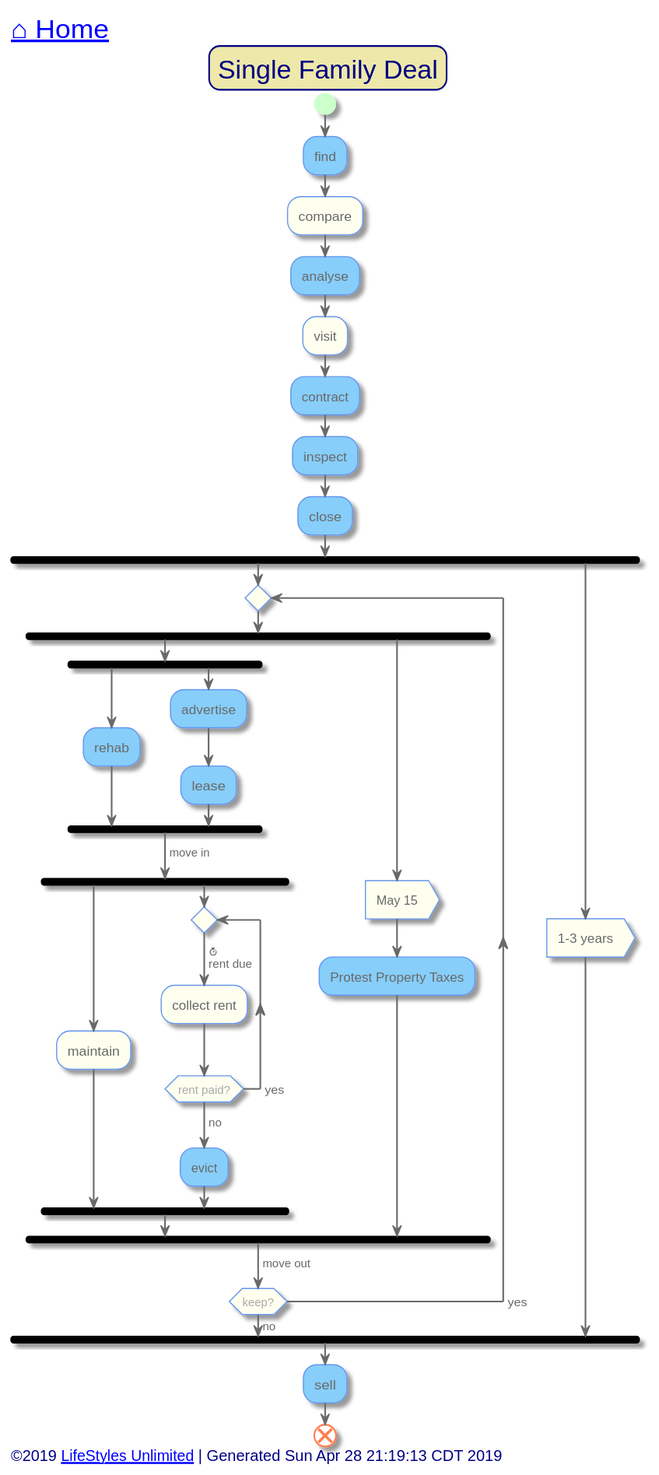
toddmo/lifestylesunlimited keeps this PlantUML diagram as out/src/single-family/single-family-deal.svg. Above is the earlier version. The source it was exported from:
```plantuml
@startuml single-family-deal


skinparam {
  BorderColor Red
  PathHoverColor Blue
}

skinparam Title {
  FontColor Navy
  BackgroundColor PaleGoldenRod
  BorderColor Navy
  BorderRoundCorner 20
  FontSize 24
}

skinparam activity {
  BackgroundColor Ivory
  BorderColor CornflowerBlue
  BorderThickness 1
  FontColor DimGray


  Arrow {
    Color dimgray
    FontColor dimgray
  }

  Start {
    Color PHYSICAL
  }

  End {
    Color Coral
  }

  Diamond {
    BackgroundColor Ivory
    BorderColor CornflowerBlue
    FontColor DarkGray
  }

  BackgroundColor<< Exception >> Red
	BorderColor<< Exception >> White
}

skinparam Swimlane {
  BorderColor CornflowerBlue
}

skinparam Partition {
  BackgroundColor Ivory
  BorderColor CornflowerBlue
  BorderThickness 1
  FontColor CornflowerBlue
  FontSize 16
  BorderRoundCorner 20
}

skinparam Note {
  BackgroundColor LightSteelBlue
  BorderColor CornflowerBlue
  FontColor White
}

skinparam Legend {
  BackgroundColor LightSteelBlue
  BorderColor CornflowerBlue
  FontColor White
}

skinparam Footer {
  FontColor Navy
}


left header
	<font color=Navy size=24>[[../index.svg?sanitize=true ⌂ Home]]</font>
endheader


	Title Single Family Deal

	start

	[[finding.svg?sanitize=true]]#LightSkyBlue:find;
	:compare;
	[[evaluating.svg?sanitize=true]]#LightSkyBlue:analyse;
	:visit;
	[[negotiating.svg?sanitize=true]]#LightSkyBlue:contract;
	[[due-diligence.svg?sanitize=true]]#LightSkyBlue:inspect;
	[[closing.svg?sanitize=true]]#LightSkyBlue:close;
	fork
		repeat
			fork
				fork
					[[rehabbing.svg?sanitize=true]]#LightSkyBlue:rehab;
				fork again
					[[advertising.svg?sanitize=true]]#LightSkyBlue:advertise;
					[[leasing.svg?sanitize=true]]#LightSkyBlue:lease;
				end fork
				-> move in;
				fork
					:maintain;
				fork again
					repeat
						-><&timer>\nrent due;
						:collect rent;
					repeat while(rent paid?)->yes
					->no;
					[[evicting.svg?sanitize=true]]#LightSkyBlue:evict;
				end fork
			fork again
				:May 15>
				[[protest-property-taxes.svg?sanitize=true]]#LightSkyBlue:Protest Property Taxes;
			end fork

				-> move out;
			repeat while(keep?)->yes
			->no;
	fork again
		:1-3 years>
	end fork
	[[selling.svg?sanitize=true]]#LightSkyBlue:sell;
	end


left footer
	<font size=14>©2019 [[http://www.lifestylesunlimited.com LifeStyles Unlimited]] | Generated Sun Apr 28 21:19:13 CDT 2019</font>
endfooter


@enduml
```
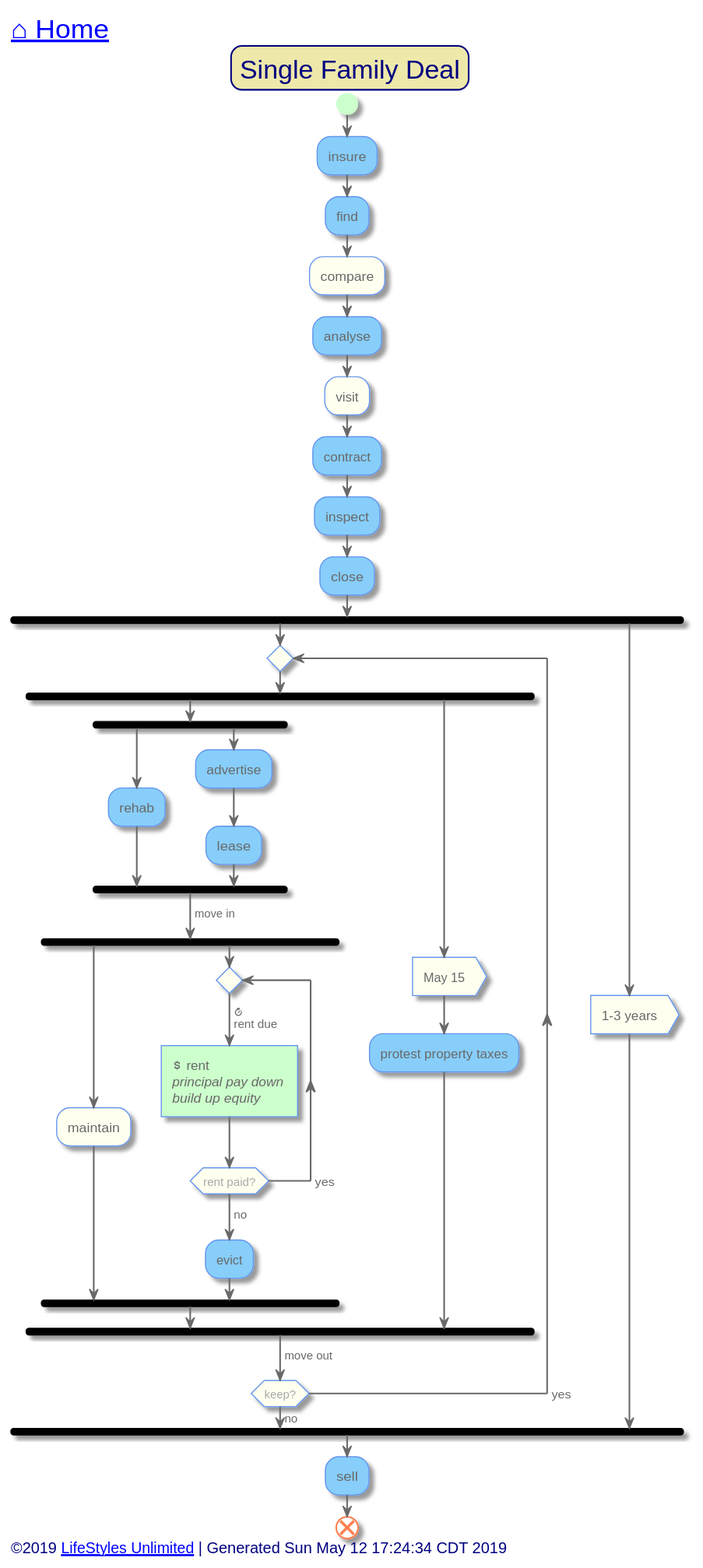
The same file after the commit.

The edit, as a diff of the source:
```diff
@@ -83,6 +83,8 @@
 
 	start
 
+	[[../unlimited-lifestyle/insuring.svg?sanitize=true]]#LightSkyBlue:insure;
+
 	[[finding.svg?sanitize=true]]#LightSkyBlue:find;
 	:compare;
 	[[evaluating.svg?sanitize=true]]#LightSkyBlue:analyse;
@@ -105,14 +107,16 @@
 				fork again
 					repeat
 						-><&timer>\nrent due;
-						:collect rent;
+						#PHYSICAL:<&dollar> rent
+						<i>principal pay down
+						<i>build up equity]
 					repeat while(rent paid?)->yes
 					->no;
 					[[evicting.svg?sanitize=true]]#LightSkyBlue:evict;
 				end fork
 			fork again
 				:May 15>
-				[[protest-property-taxes.svg?sanitize=true]]#LightSkyBlue:Protest Property Taxes;
+				[[protest-property-taxes.svg?sanitize=true]]#LightSkyBlue:protest property taxes;
 			end fork
 
 				-> move out;
@@ -126,7 +130,7 @@
 
 
 left footer
-	<font size=14>©2019 [[http://www.lifestylesunlimited.com LifeStyles Unlimited]] | Generated Sun Apr 28 21:19:13 CDT 2019</font>
+	<font size=14>©2019 [[http://www.lifestylesunlimited.com LifeStyles Unlimited]] | Generated Sun May 12 17:24:34 CDT 2019</font>
 endfooter
 
 
```
